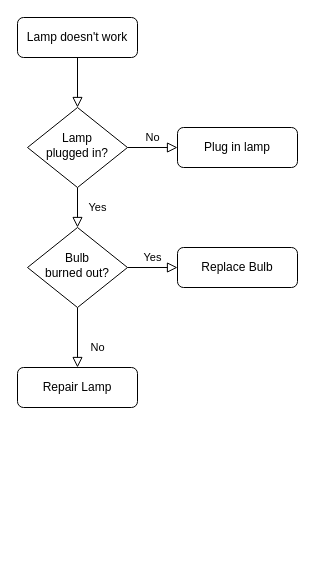
bud-ea/ProgLang21_22 keeps this draw.io diagram as Untitled Diagram.drawio. Above is the earlier version. Source tidied: cells renumbered, new cells numbered last; positions are measured from the earlier drawing's top-left corner, leaving out a move shared by most shapes. Both pictures are drawn from the tidied source at 100%, with x=0, y=0 at pixel (17, 17).
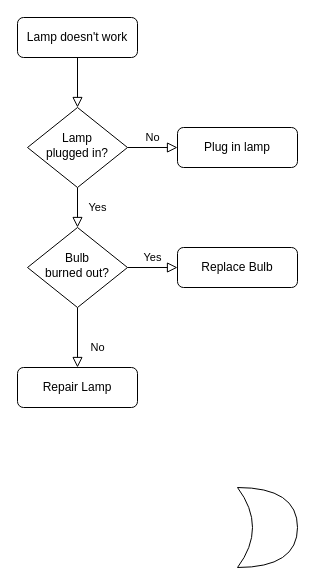
After the change.

The edit, as a diff of the source:
```diff
@@
 <mxGraphModel>
   <root>
     <mxCell id="0" />
     <mxCell id="1" parent="0" />
     <mxCell id="2" style="rounded=0;html=1;jettySize=auto;fontSize=11;endArrow=block;endFill=0;endSize=8;strokeWidth=1;shadow=0;labelBackgroundColor=none;edgeStyle=orthogonalEdgeStyle;" parent="1" edge="1" source="3" target="6">
       <mxGeometry relative="1" as="geometry" />
     </mxCell>
     <mxCell id="3" value="Lamp doesn't work" style="rounded=1;whiteSpace=wrap;html=1;fontSize=12;glass=0;strokeWidth=1;shadow=0;" parent="1" vertex="1">
       <mxGeometry width="120" height="40" as="geometry" />
     </mxCell>
     <mxCell id="4" value="Yes" style="rounded=0;html=1;jettySize=auto;fontSize=11;endArrow=block;endFill=0;endSize=8;strokeWidth=1;shadow=0;labelBackgroundColor=none;edgeStyle=orthogonalEdgeStyle;" parent="1" edge="1" source="6" target="10">
       <mxGeometry y="20" relative="1" as="geometry" />
     </mxCell>
     <mxCell id="5" value="No" style="edgeStyle=orthogonalEdgeStyle;rounded=0;html=1;jettySize=auto;fontSize=11;endArrow=block;endFill=0;endSize=8;strokeWidth=1;shadow=0;labelBackgroundColor=none;" parent="1" edge="1" source="6" target="7">
       <mxGeometry y="10" relative="1" as="geometry" />
     </mxCell>
     <mxCell id="6" value="Lamp&lt;br&gt;plugged in?" style="rhombus;whiteSpace=wrap;html=1;shadow=0;fontFamily=Helvetica;fontSize=12;align=center;strokeWidth=1;spacing=6;spacingTop=-4;" parent="1" vertex="1">
       <mxGeometry x="10" y="90" width="100" height="80" as="geometry" />
     </mxCell>
     <mxCell id="7" value="Plug in lamp" style="rounded=1;whiteSpace=wrap;html=1;fontSize=12;glass=0;strokeWidth=1;shadow=0;" parent="1" vertex="1">
       <mxGeometry x="160" y="110" width="120" height="40" as="geometry" />
     </mxCell>
     <mxCell id="8" value="No" style="rounded=0;html=1;jettySize=auto;fontSize=11;endArrow=block;endFill=0;endSize=8;strokeWidth=1;shadow=0;labelBackgroundColor=none;edgeStyle=orthogonalEdgeStyle;" parent="1" edge="1" source="10" target="11">
       <mxGeometry x="0.33" y="20" relative="1" as="geometry" />
     </mxCell>
     <mxCell id="9" value="Yes" style="edgeStyle=orthogonalEdgeStyle;rounded=0;html=1;jettySize=auto;fontSize=11;endArrow=block;endFill=0;endSize=8;strokeWidth=1;shadow=0;labelBackgroundColor=none;" parent="1" edge="1" source="10" target="12">
       <mxGeometry y="10" relative="1" as="geometry" />
     </mxCell>
     <mxCell id="10" value="Bulb&lt;br&gt;burned out?" style="rhombus;whiteSpace=wrap;html=1;shadow=0;fontFamily=Helvetica;fontSize=12;align=center;strokeWidth=1;spacing=6;spacingTop=-4;" parent="1" vertex="1">
       <mxGeometry x="10" y="210" width="100" height="80" as="geometry" />
     </mxCell>
     <mxCell id="11" value="Repair Lamp" style="rounded=1;whiteSpace=wrap;html=1;fontSize=12;glass=0;strokeWidth=1;shadow=0;" parent="1" vertex="1">
       <mxGeometry y="350" width="120" height="40" as="geometry" />
     </mxCell>
     <mxCell id="12" value="Replace Bulb" style="rounded=1;whiteSpace=wrap;html=1;fontSize=12;glass=0;strokeWidth=1;shadow=0;" parent="1" vertex="1">
       <mxGeometry x="160" y="230" width="120" height="40" as="geometry" />
     </mxCell>
+    <mxCell id="13" style="shape=xor;whiteSpace=wrap;html=1;" parent="1" vertex="1">
+      <mxGeometry x="220" y="470" width="60" height="80" as="geometry" />
+    </mxCell>
   </root>
 </mxGraphModel>
```
